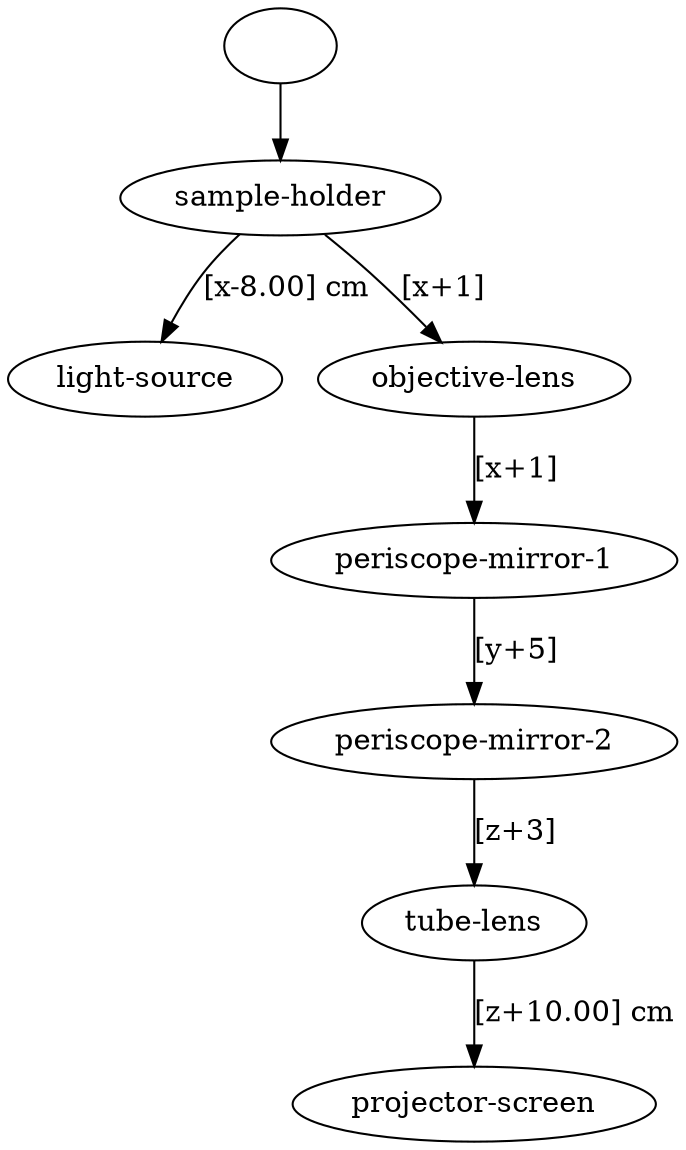
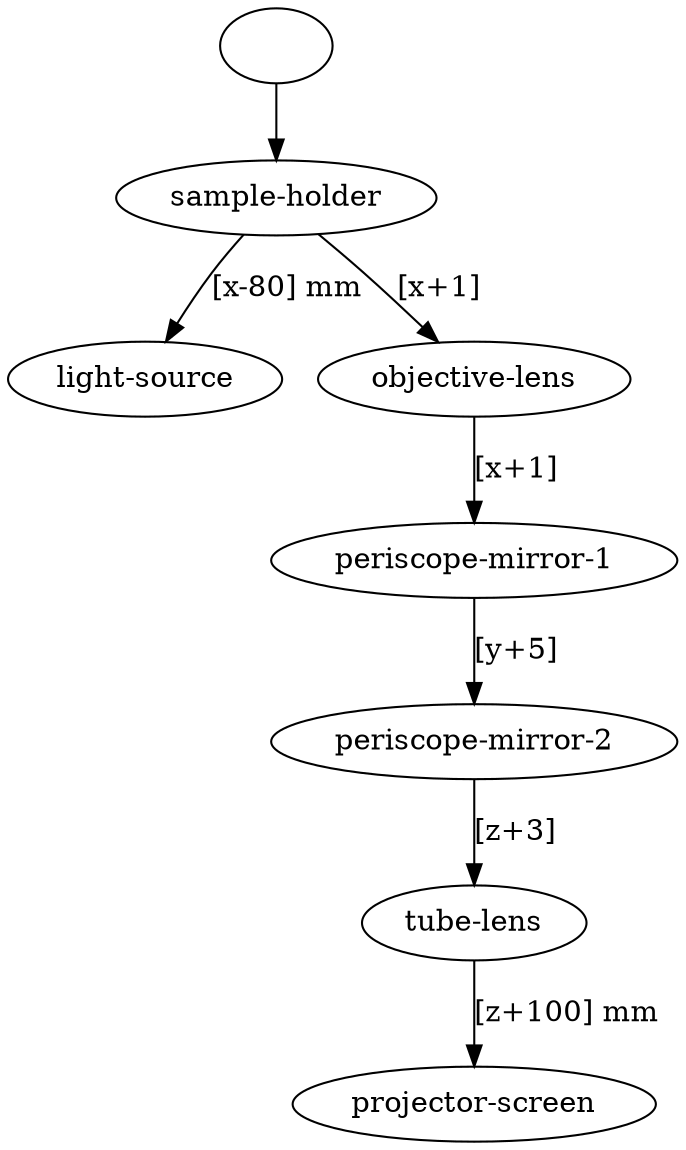
strict digraph "" {
	graph [bb="0,0,281.13,553"];
	node [label="\N"];
	edge [label="\E"];
	""	[height=0.5,
- 		pos="114.16,535",
+ 		pos="112.16,535",
		width=0.75];
	"sample-holder"	[height=0.5,
- 		pos="114.16,462",
+ 		pos="112.16,462",
		width=1.841];
	"" -> "sample-holder"	[key=" -> sample-holder",
		label="",
- 		pos="e,114.16,480.03 114.16,516.81 114.16,509.23 114.16,500.1 114.16,491.54"];
+ 		pos="e,112.16,480.03 112.16,516.81 112.16,509.23 112.16,500.1 112.16,491.54"];
	"light-source"	[height=0.5,
		pos="57.162,373.2",
		width=1.5878];
	"objective-lens"	[height=0.5,
		pos="197.16,373.2",
		width=1.8111];
	"periscope-mirror-1"	[height=0.5,
		pos="197.16,284.4",
		width=2.3324];
	"objective-lens" -> "periscope-mirror-1"	[key="objective-lens -> periscope-mirror-1",
		label="[x+1]",
		lp="212.77,328.8",
		pos="e,197.16,302.81 197.16,355.05 197.16,343.36 197.16,327.59 197.16,314.02"];
	"periscope-mirror-2"	[height=0.5,
		pos="197.16,195.6",
		width=2.3324];
	"periscope-mirror-1" -> "periscope-mirror-2"	[key="periscope-mirror-1 -> periscope-mirror-2",
		label="[y+5]",
		lp="212.77,240",
		pos="e,197.16,214.01 197.16,266.25 197.16,254.56 197.16,238.79 197.16,225.22"];
	"tube-lens"	[height=0.5,
		pos="197.16,106.8",
		width=1.2898];
	"periscope-mirror-2" -> "tube-lens"	[key="periscope-mirror-2 -> tube-lens",
		label="[z+3]",
		lp="212.38,151.2",
		pos="e,197.16,125.21 197.16,177.45 197.16,165.76 197.16,149.99 197.16,136.42"];
	"projector-screen"	[height=0.5,
		pos="197.16,18",
		width=2.0491];
	"sample-holder" -> "light-source"	[key="sample-holder -> light-source",
- 		label="[x-8.00] cm",
- 		lp="116.12,417.6",
- 		pos="e,64.273,391.15 97.714,444.29 92.684,438.73 87.354,432.33 83.072,426 77.898,418.36 73.104,409.54 69.082,401.36"];
+ 		label="[x-80] mm",
+ 		lp="116.03,417.6",
+ 		pos="e,65.907,391.34 98.586,443.89 94.354,438.3 89.78,431.99 85.896,426 80.84,418.2 75.772,409.45 71.331,401.39"];
	"sample-holder" -> "objective-lens"	[key="sample-holder -> objective-lens",
		label="[x+1]",
- 		lp="179.46,417.6",
- 		pos="e,181.76,391.15 131.03,444.39 136.82,438.62 143.32,432.07 149.16,426 157.37,417.48 166.2,408.02 174.03,399.55"];
+ 		lp="177.88,417.6",
+ 		pos="e,180.82,390.88 128.55,444.26 141.13,431.42 158.7,413.48 172.91,398.97"];
	"tube-lens" -> "projector-screen"	[key="tube-lens -> projector-screen",
- 		label="[z+10.00] cm",
- 		lp="234.93,62.4",
+ 		label="[z+100] mm",
+ 		lp="232.02,62.4",
		pos="e,197.16,36.41 197.16,88.651 197.16,76.958 197.16,61.192 197.16,47.618"];
}
